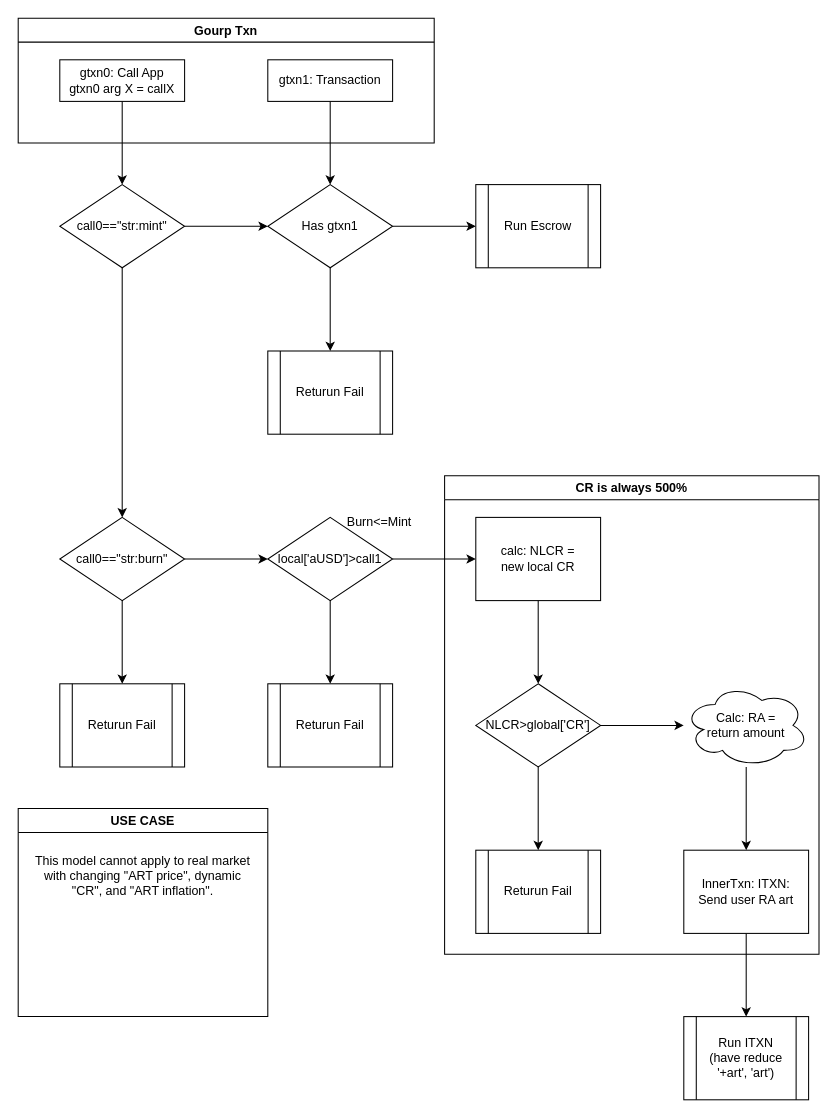
Earlier version of the draw.io diagram docs/algorand-art-mint-SC.drawio (Artcoin-Network/artificial-algorand-contract). Source tidied: cells renumbered, new cells numbered last; positions are measured from the earlier drawing's top-left corner, leaving out a move shared by most shapes. Both pictures are drawn from the tidied source at 104%, with x=0, y=0 at pixel (18, 18).
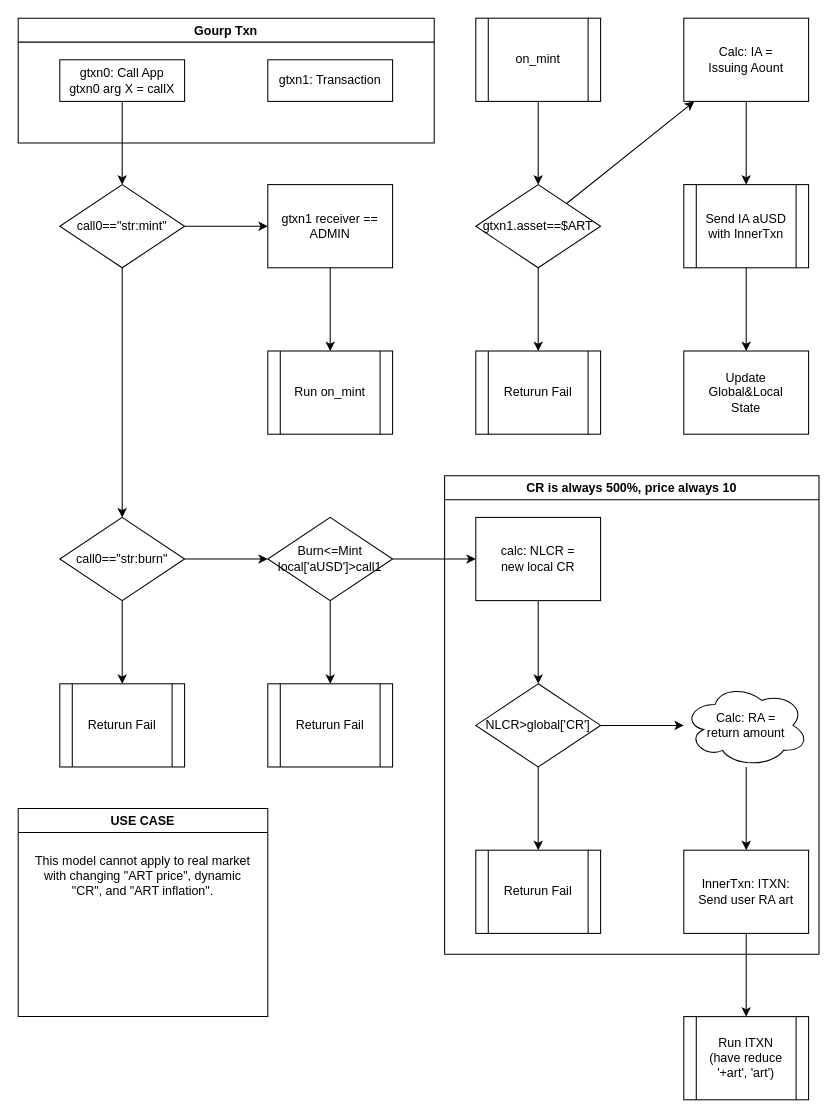
The same diagram, later.

The change refers to these unchanged cells:
```xml
<mxCell id="4" value="gtxn1: Transaction" style="rounded=0;whiteSpace=wrap;html=1;" parent="2" vertex="1">
  <mxGeometry x="240" y="40" width="120" height="40" as="geometry" />
</mxCell>
<mxCell id="7" value="call0==&quot;str:mint&quot;" style="rhombus;whiteSpace=wrap;html=1;" parent="1" vertex="1">
  <mxGeometry x="40" y="160" width="120" height="80" as="geometry" />
</mxCell>
```

Diff of the diagram source:
```diff
@@
-    <mxCell id="6" style="edgeStyle=none;html=1;exitX=1;exitY=0.5;exitDx=0;exitDy=0;" parent="1" edge="1" source="7" target="14">
-      <mxGeometry relative="1" as="geometry" />
-    </mxCell>
+    <mxCell id="38" style="edgeStyle=none;html=1;" parent="1" edge="1" source="7" target="50">
+      <mxGeometry relative="1" as="geometry" />
+    </mxCell>
@@
-    <mxCell id="12" style="edgeStyle=none;html=1;" parent="1" edge="1" source="14" target="17">
-      <mxGeometry relative="1" as="geometry" />
-    </mxCell>
-    <mxCell id="13" style="edgeStyle=none;html=1;" parent="1" edge="1" source="14" target="16">
-      <mxGeometry relative="1" as="geometry" />
-    </mxCell>
-    <mxCell id="14" value="Has gtxn1" style="rhombus;whiteSpace=wrap;html=1;" parent="1" vertex="1">
-      <mxGeometry x="240" y="160" width="120" height="80" as="geometry" />
-    </mxCell>
-    <mxCell id="15" style="edgeStyle=none;html=1;entryX=0.5;entryY=0;entryDx=0;entryDy=0;" parent="1" edge="1" source="4" target="14">
-      <mxGeometry relative="1" as="geometry" />
-    </mxCell>
-    <mxCell id="16" value="Returun Fail" style="shape=process;whiteSpace=wrap;html=1;backgroundOutline=1;" parent="1" vertex="1">
-      <mxGeometry x="240" y="320" width="120" height="80" as="geometry" />
-    </mxCell>
-    <mxCell id="17" value="Run Escrow" style="shape=process;whiteSpace=wrap;html=1;backgroundOutline=1;" parent="1" vertex="1">
-      <mxGeometry x="440" y="160" width="120" height="80" as="geometry" />
+    <mxCell id="17" value="Run on_mint" style="shape=process;whiteSpace=wrap;html=1;backgroundOutline=1;" parent="1" vertex="1">
+      <mxGeometry x="240" y="320" width="120" height="80" as="geometry" />
     </mxCell>
@@
-    <mxCell id="20" value="local['aUSD']&amp;gt;call1" style="rhombus;whiteSpace=wrap;html=1;" parent="1" vertex="1">
+    <mxCell id="20" value="Burn&amp;lt;=Mint&lt;br&gt;local['aUSD']&amp;gt;call1" style="rhombus;whiteSpace=wrap;html=1;" parent="1" vertex="1">
       <mxGeometry x="240" y="480" width="120" height="80" as="geometry" />
     </mxCell>
@@
-    <mxCell id="36" value="Burn&amp;lt;=Mint" style="text;html=1;strokeColor=none;fillColor=none;align=center;verticalAlign=middle;whiteSpace=wrap;rounded=0;" parent="1" vertex="1">
-      <mxGeometry x="310" y="470" width="75" height="30" as="geometry" />
-    </mxCell>
-    <mxCell id="37" value="CR is always 500%" style="swimlane;" parent="1" vertex="1">
+    <mxCell id="37" value="CR is always 500%, price always 10" style="swimlane;" parent="1" vertex="1">
       <mxGeometry x="410" y="440" width="360" height="460" as="geometry" />
     </mxCell>
+    <mxCell id="39" style="edgeStyle=none;html=1;" parent="1" edge="1" source="40" target="43">
+      <mxGeometry relative="1" as="geometry" />
+    </mxCell>
+    <mxCell id="40" value="on_mint" style="shape=process;whiteSpace=wrap;html=1;backgroundOutline=1;" parent="1" vertex="1">
+      <mxGeometry x="440" width="120" height="80" as="geometry" />
+    </mxCell>
+    <mxCell id="41" style="edgeStyle=none;html=1;" parent="1" edge="1" source="43" target="47">
+      <mxGeometry relative="1" as="geometry" />
+    </mxCell>
+    <mxCell id="42" style="edgeStyle=none;html=1;" parent="1" edge="1" source="43" target="16">
+      <mxGeometry relative="1" as="geometry" />
+    </mxCell>
+    <mxCell id="43" value="&lt;span&gt;gtxn1.asset==$ART&lt;/span&gt;" style="rhombus;whiteSpace=wrap;html=1;" parent="1" vertex="1">
+      <mxGeometry x="440" y="160" width="120" height="80" as="geometry" />
+    </mxCell>
+    <mxCell id="16" value="Returun Fail" style="shape=process;whiteSpace=wrap;html=1;backgroundOutline=1;" parent="1" vertex="1">
+      <mxGeometry x="440" y="320" width="120" height="80" as="geometry" />
+    </mxCell>
+    <mxCell id="44" style="edgeStyle=none;html=1;" parent="1" edge="1" source="45" target="48">
+      <mxGeometry relative="1" as="geometry" />
+    </mxCell>
+    <mxCell id="45" value="Send IA aUSD with InnerTxn" style="shape=process;whiteSpace=wrap;html=1;backgroundOutline=1;" parent="1" vertex="1">
+      <mxGeometry x="640" y="160" width="120" height="80" as="geometry" />
+    </mxCell>
+    <mxCell id="46" style="edgeStyle=none;html=1;" parent="1" edge="1" source="47" target="45">
+      <mxGeometry relative="1" as="geometry" />
+    </mxCell>
+    <mxCell id="47" value="Calc: IA =&lt;br&gt;Issuing Aount" style="rounded=0;whiteSpace=wrap;html=1;" parent="1" vertex="1">
+      <mxGeometry x="640" width="120" height="80" as="geometry" />
+    </mxCell>
+    <mxCell id="48" value="Update&lt;br&gt;Global&amp;amp;Local&lt;br&gt;State" style="rounded=0;whiteSpace=wrap;html=1;" parent="1" vertex="1">
+      <mxGeometry x="640" y="320" width="120" height="80" as="geometry" />
+    </mxCell>
+    <mxCell id="49" style="edgeStyle=none;html=1;" parent="1" edge="1" source="50" target="17">
+      <mxGeometry relative="1" as="geometry" />
+    </mxCell>
+    <mxCell id="50" value="gtxn1 receiver ==&lt;br&gt;ADMIN" style="rounded=0;whiteSpace=wrap;html=1;" parent="1" vertex="1">
+      <mxGeometry x="240" y="160" width="120" height="80" as="geometry" />
+    </mxCell>
```
